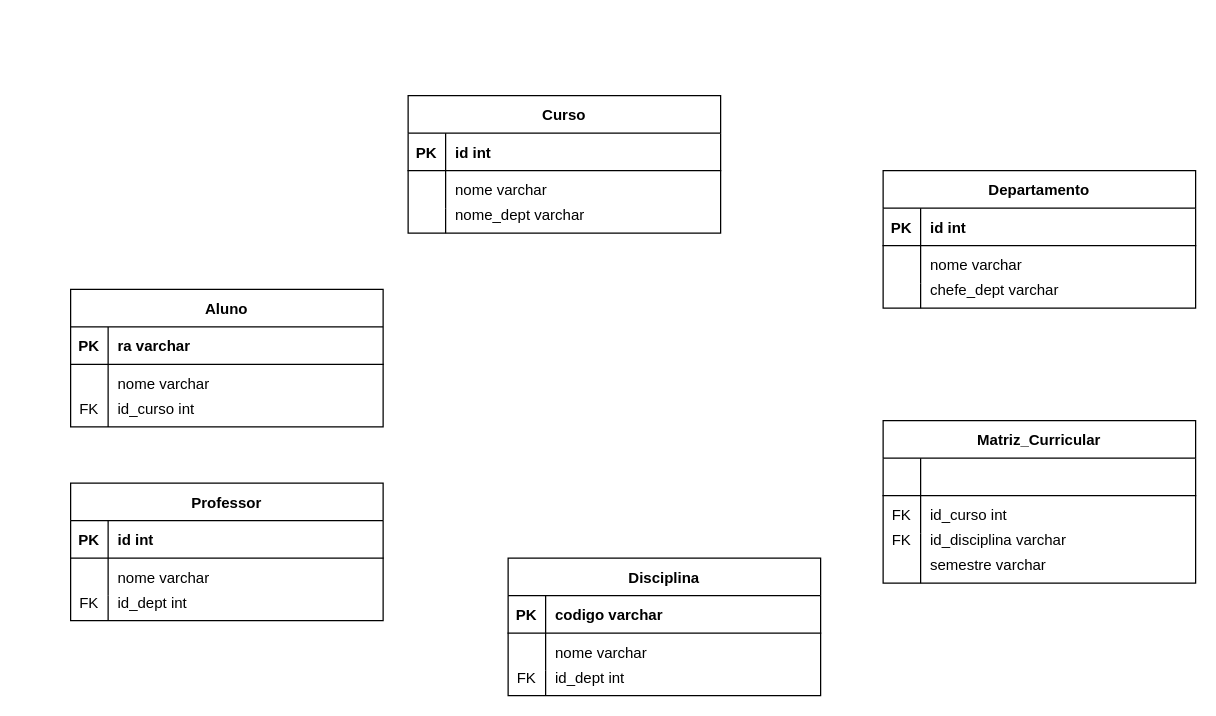
Earlier version of the draw.io diagram Relational Diagram.drawio (luiggigarcia/Academic_Database_UniversityModel). Source tidied: cells renumbered, new cells numbered last; positions are measured from the earlier drawing's top-left corner, leaving out a move shared by most shapes. Both pictures are drawn from the tidied source at 125%, with x=0, y=0 at pixel (70, 95).
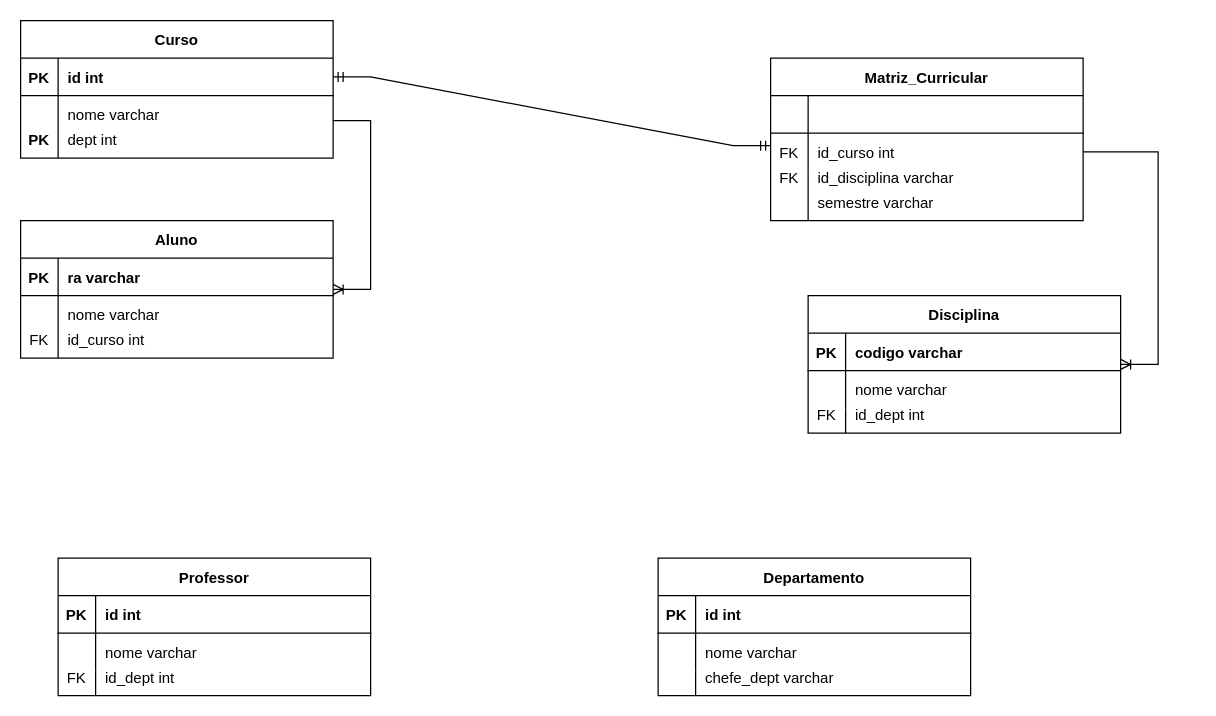
After the change.

Unchanged cells that the change refers to:
```xml
<mxCell id="3" style="shape=partialRectangle;fillColor=none;points=[[0,0.5],[1,0.5]];portConstraint=eastwest;top=0;left=0;right=0;bottom=1;" parent="2" vertex="1">
  <mxGeometry y="30" width="250" height="30" as="geometry" />
</mxCell>
<mxCell id="34" style="shape=partialRectangle;fillColor=none;points=[[0,0.5],[1,0.5]];portConstraint=eastwest;top=0;left=0;right=0;bottom=0;" parent="30" vertex="1">
  <mxGeometry y="60" width="250" height="30" as="geometry" />
</mxCell>
```

Change to the diagram source:
```diff
@@
     <mxCell id="2" value="Curso" style="shape=table;startSize=30;childLayout=tableLayout;rowLines=0;fontStyle=1;align=center;" parent="1" vertex="1">
-      <mxGeometry x="270" width="250" height="110" as="geometry" />
+      <mxGeometry x="-40" y="-60" width="250" height="110" as="geometry" />
     </mxCell>
@@
     <mxCell id="9" style="endArrow=none;html=1;rounded=0;" parent="1" edge="1">
       <mxGeometry relative="1" as="geometry">
-        <mxPoint x="300" y="110" as="sourcePoint" />
-        <mxPoint x="300" y="90" as="targetPoint" />
+        <mxPoint x="-10" y="50" as="sourcePoint" />
+        <mxPoint x="-10" y="30" as="targetPoint" />
       </mxGeometry>
     </mxCell>
-    <mxCell id="10" value="nome_dept varchar" style="shape=partialRectangle;overflow=hidden;fillColor=none;top=0;left=0;bottom=0;right=0;align=left;spacingLeft=6;" parent="1" vertex="1">
-      <mxGeometry x="300" y="80" width="220" height="30" as="geometry" />
+    <mxCell id="10" value="dept int" style="shape=partialRectangle;overflow=hidden;fillColor=none;top=0;left=0;bottom=0;right=0;align=left;spacingLeft=6;" parent="1" vertex="1">
+      <mxGeometry x="-10" y="20" width="220" height="30" as="geometry" />
     </mxCell>
     <mxCell id="11" value="Departamento" style="shape=table;startSize=30;childLayout=tableLayout;rowLines=0;fontStyle=1;align=center;" parent="1" vertex="1">
-      <mxGeometry x="650" y="60" width="250" height="110" as="geometry" />
+      <mxGeometry x="470" y="370" width="250" height="110" as="geometry" />
     </mxCell>
@@
     <mxCell id="18" style="endArrow=none;html=1;rounded=0;" parent="1" edge="1">
       <mxGeometry relative="1" as="geometry">
-        <mxPoint x="680" y="170" as="sourcePoint" />
-        <mxPoint x="680" y="150" as="targetPoint" />
+        <mxPoint x="500" y="480" as="sourcePoint" />
+        <mxPoint x="500" y="460" as="targetPoint" />
       </mxGeometry>
     </mxCell>
     <mxCell id="19" value="chefe_dept varchar" style="shape=partialRectangle;overflow=hidden;fillColor=none;top=0;left=0;bottom=0;right=0;align=left;spacingLeft=6;" parent="1" vertex="1">
-      <mxGeometry x="680" y="140" width="220" height="30" as="geometry" />
+      <mxGeometry x="500" y="450" width="220" height="30" as="geometry" />
     </mxCell>
     <mxCell id="20" value="Disciplina" style="shape=table;startSize=30;childLayout=tableLayout;rowLines=0;fontStyle=1;align=center;" parent="1" vertex="1">
-      <mxGeometry x="350" y="370" width="250" height="110" as="geometry" />
+      <mxGeometry x="590" y="160" width="250" height="110" as="geometry" />
     </mxCell>
@@
     <mxCell id="27" style="endArrow=none;html=1;rounded=0;" parent="1" edge="1">
       <mxGeometry relative="1" as="geometry">
-        <mxPoint x="380" y="480" as="sourcePoint" />
-        <mxPoint x="380" y="460" as="targetPoint" />
+        <mxPoint x="620" y="270" as="sourcePoint" />
+        <mxPoint x="620" y="250" as="targetPoint" />
       </mxGeometry>
     </mxCell>
     <mxCell id="28" value="id_dept int" style="shape=partialRectangle;overflow=hidden;fillColor=none;top=0;left=0;bottom=0;right=0;align=left;spacingLeft=6;" parent="1" vertex="1">
-      <mxGeometry x="380" y="450" width="220" height="30" as="geometry" />
+      <mxGeometry x="620" y="240" width="220" height="30" as="geometry" />
     </mxCell>
     <mxCell id="29" value="FK" style="shape=partialRectangle;overflow=hidden;fillColor=none;top=0;left=0;bottom=0;right=0;" parent="1" vertex="1">
-      <mxGeometry x="350" y="450" width="30" height="30" as="geometry" />
+      <mxGeometry x="590" y="240" width="30" height="30" as="geometry" />
     </mxCell>
     <mxCell id="30" value="Matriz_Curricular" style="shape=table;startSize=30;childLayout=tableLayout;rowLines=0;fontStyle=1;align=center;" parent="1" vertex="1">
-      <mxGeometry x="650" y="260" width="250" height="130" as="geometry" />
+      <mxGeometry x="560" y="-30" width="250" height="130" as="geometry" />
     </mxCell>
@@
     <mxCell id="37" style="endArrow=none;html=1;rounded=0;" parent="1" edge="1">
       <mxGeometry relative="1" as="geometry">
-        <mxPoint x="680" y="390" as="sourcePoint" />
-        <mxPoint x="680" y="350" as="targetPoint" />
+        <mxPoint x="590" y="100" as="sourcePoint" />
+        <mxPoint x="590" y="60" as="targetPoint" />
       </mxGeometry>
     </mxCell>
     <mxCell id="38" value="id_disciplina varchar" style="shape=partialRectangle;overflow=hidden;fillColor=none;top=0;left=0;bottom=0;right=0;align=left;spacingLeft=6;" parent="1" vertex="1">
-      <mxGeometry x="680" y="340" width="220" height="30" as="geometry" />
+      <mxGeometry x="590" y="50" width="220" height="30" as="geometry" />
     </mxCell>
     <mxCell id="39" value="semestre varchar" style="shape=partialRectangle;overflow=hidden;fillColor=none;top=0;left=0;bottom=0;right=0;align=left;spacingLeft=6;" parent="1" vertex="1">
-      <mxGeometry x="680" y="360" width="220" height="30" as="geometry" />
+      <mxGeometry x="590" y="70" width="220" height="30" as="geometry" />
     </mxCell>
     <mxCell id="40" value="FK" style="shape=partialRectangle;overflow=hidden;fillColor=none;top=0;left=0;bottom=0;right=0;" parent="1" vertex="1">
-      <mxGeometry x="650" y="340" width="30" height="30" as="geometry" />
+      <mxGeometry x="560" y="50" width="30" height="30" as="geometry" />
     </mxCell>
     <mxCell id="41" value="Aluno" style="shape=table;startSize=30;childLayout=tableLayout;rowLines=0;fontStyle=1;align=center;" parent="1" vertex="1">
-      <mxGeometry y="155" width="250" height="110" as="geometry" />
+      <mxGeometry x="-40" y="100" width="250" height="110" as="geometry" />
     </mxCell>
@@
     <mxCell id="48" style="endArrow=none;html=1;rounded=0;" parent="1" edge="1">
       <mxGeometry relative="1" as="geometry">
-        <mxPoint x="30" y="265" as="sourcePoint" />
-        <mxPoint x="30" y="245" as="targetPoint" />
+        <mxPoint x="-10" y="210" as="sourcePoint" />
+        <mxPoint x="-10" y="190" as="targetPoint" />
       </mxGeometry>
     </mxCell>
     <mxCell id="49" value="id_curso int" style="shape=partialRectangle;overflow=hidden;fillColor=none;top=0;left=0;bottom=0;right=0;align=left;spacingLeft=6;" parent="1" vertex="1">
-      <mxGeometry x="30" y="235" width="220" height="30" as="geometry" />
+      <mxGeometry x="-10" y="180" width="220" height="30" as="geometry" />
     </mxCell>
     <mxCell id="50" value="FK" style="shape=partialRectangle;overflow=hidden;fillColor=none;top=0;left=0;bottom=0;right=0;" parent="1" vertex="1">
-      <mxGeometry y="235" width="30" height="30" as="geometry" />
+      <mxGeometry x="-40" y="180" width="30" height="30" as="geometry" />
     </mxCell>
     <mxCell id="51" value="PK" style="shape=partialRectangle;overflow=hidden;fillColor=none;top=0;left=0;bottom=0;right=0;fontStyle=1;" parent="1" vertex="1">
-      <mxGeometry y="185" width="30" height="30" as="geometry" />
+      <mxGeometry x="-40" y="130" width="30" height="30" as="geometry" />
     </mxCell>
     <mxCell id="52" value="ra varchar" style="shape=partialRectangle;overflow=hidden;fillColor=none;top=0;left=0;bottom=0;right=0;align=left;spacingLeft=6;fontStyle=1;" parent="1" vertex="1">
-      <mxGeometry x="30" y="185" width="220" height="30" as="geometry" />
+      <mxGeometry x="-10" y="130" width="220" height="30" as="geometry" />
     </mxCell>
     <mxCell id="53" value="Professor" style="shape=table;startSize=30;childLayout=tableLayout;rowLines=0;fontStyle=1;align=center;" parent="1" vertex="1">
-      <mxGeometry y="310" width="250" height="110" as="geometry" />
+      <mxGeometry x="-10" y="370" width="250" height="110" as="geometry" />
     </mxCell>
@@
     <mxCell id="60" style="endArrow=none;html=1;rounded=0;" parent="1" edge="1">
       <mxGeometry relative="1" as="geometry">
-        <mxPoint x="30" y="420" as="sourcePoint" />
-        <mxPoint x="30" y="400" as="targetPoint" />
+        <mxPoint x="20" y="480" as="sourcePoint" />
+        <mxPoint x="20" y="460" as="targetPoint" />
       </mxGeometry>
     </mxCell>
     <mxCell id="61" value="id_dept int" style="shape=partialRectangle;overflow=hidden;fillColor=none;top=0;left=0;bottom=0;right=0;align=left;spacingLeft=6;" parent="1" vertex="1">
-      <mxGeometry x="30" y="390" width="220" height="30" as="geometry" />
+      <mxGeometry x="20" y="450" width="220" height="30" as="geometry" />
     </mxCell>
     <mxCell id="62" value="FK" style="shape=partialRectangle;overflow=hidden;fillColor=none;top=0;left=0;bottom=0;right=0;" parent="1" vertex="1">
-      <mxGeometry y="390" width="30" height="30" as="geometry" />
+      <mxGeometry x="-10" y="450" width="30" height="30" as="geometry" />
     </mxCell>
     <mxCell id="63" value="PK" style="shape=partialRectangle;overflow=hidden;fillColor=none;top=0;left=0;bottom=0;right=0;fontStyle=1;" parent="1" vertex="1">
-      <mxGeometry y="340" width="30" height="30" as="geometry" />
+      <mxGeometry x="-10" y="400" width="30" height="30" as="geometry" />
     </mxCell>
     <mxCell id="64" value="id int" style="shape=partialRectangle;overflow=hidden;fillColor=none;top=0;left=0;bottom=0;right=0;align=left;spacingLeft=6;fontStyle=1;" parent="1" vertex="1">
-      <mxGeometry x="30" y="340" width="220" height="30" as="geometry" />
+      <mxGeometry x="20" y="400" width="220" height="30" as="geometry" />
     </mxCell>
+    <mxCell id="65" style="edgeStyle=entityRelationEdgeStyle;fontSize=12;html=1;endArrow=ERoneToMany;rounded=0;" parent="1" edge="1" target="41">
+      <mxGeometry relative="1" as="geometry">
+        <mxPoint x="210" y="20" as="sourcePoint" />
+        <Array as="points">
+          <mxPoint x="200" y="-40" />
+          <mxPoint x="230" y="12.5" />
+          <mxPoint x="220" y="42.5" />
+          <mxPoint y="170" />
+          <mxPoint x="80" y="240" />
+        </Array>
+      </mxGeometry>
+    </mxCell>
+    <mxCell id="66" style="edgeStyle=entityRelationEdgeStyle;fontSize=12;html=1;endArrow=ERmandOne;startArrow=ERmandOne;rounded=0;exitX=1;exitY=0.5;exitDx=0;exitDy=0;" parent="1" edge="1" source="3">
+      <mxGeometry relative="1" as="geometry">
+        <mxPoint x="560" y="40" as="targetPoint" />
+      </mxGeometry>
+    </mxCell>
+    <mxCell id="67" style="edgeStyle=entityRelationEdgeStyle;fontSize=12;html=1;endArrow=ERoneToMany;rounded=0;exitX=1;exitY=0.5;exitDx=0;exitDy=0;" parent="1" edge="1" source="34" target="20">
+      <mxGeometry relative="1" as="geometry" />
+    </mxCell>
+    <mxCell id="68" value="PK" style="shape=partialRectangle;overflow=hidden;fillColor=none;top=0;left=0;bottom=0;right=0;fontStyle=1;" parent="1" vertex="1">
+      <mxGeometry x="-40" y="20" width="30" height="30" as="geometry" />
+    </mxCell>
```
